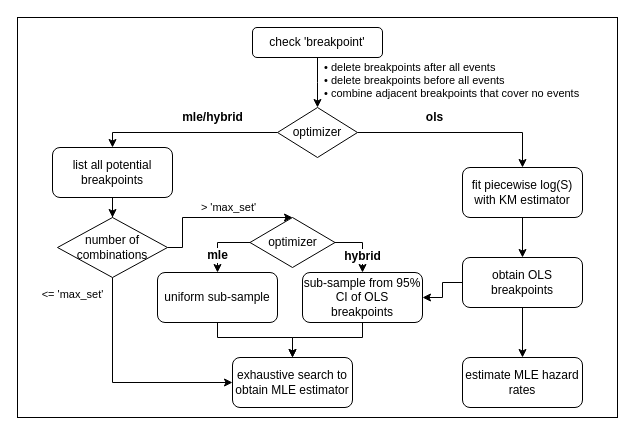
Earlier version of the draw.io diagram docs/images/estimation.drawio (zjph602xtc/PWEXP). Source tidied: cells renumbered, new cells numbered last; positions are measured from the earlier drawing's top-left corner, leaving out a move shared by most shapes. Both pictures are drawn from the tidied source at 100%, with x=0, y=0 at pixel (17, 17).
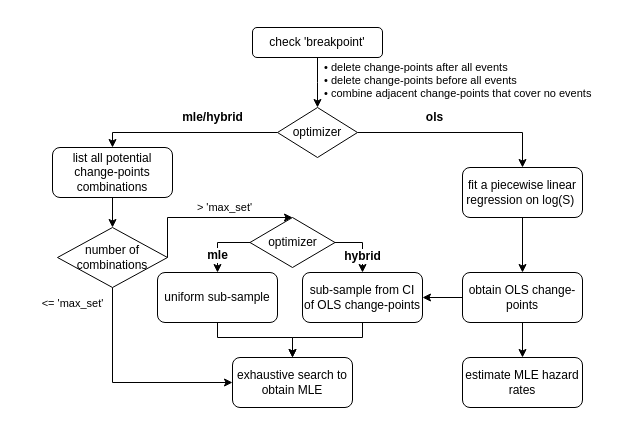
Above is the later version.

Unchanged cells that the change refers to:
```xml
<mxCell id="4" value="check 'breakpoint'" style="rounded=1;whiteSpace=wrap;html=1;" parent="1" vertex="1">
  <mxGeometry x="235" y="10" width="130" height="30" as="geometry" />
</mxCell>
<mxCell id="24" value="optimizer" style="rhombus;whiteSpace=wrap;html=1;" parent="1" vertex="1">
  <mxGeometry x="232.5" y="200" width="85" height="50" as="geometry" />
</mxCell>
```

Diff of the diagram source:
```diff
@@
-    <mxCell id="2" style="rounded=0;whiteSpace=wrap;html=1;" parent="1" vertex="1">
-      <mxGeometry width="600" height="400" as="geometry" />
-    </mxCell>
-    <mxCell id="3" value="• delete breakpoints after all events&lt;br&gt;• delete breakpoints before all events&lt;br&gt;• combine adjacent breakpoints that cover no events" style="edgeStyle=orthogonalEdgeStyle;rounded=0;jettySize=auto;html=1;align=left;" parent="1" edge="1" source="4">
+    <mxCell id="3" value="• delete change-points after all events&lt;br&gt;• delete change-points before all events&lt;br&gt;• combine adjacent change-points that cover no events" style="edgeStyle=orthogonalEdgeStyle;rounded=0;jettySize=auto;html=1;align=left;" parent="1" edge="1" source="4">
       <mxGeometry x="-0.09" y="5" relative="1" as="geometry">
         <mxPoint x="300" y="90" as="targetPoint" />
       </mxGeometry>
     </mxCell>
@@
-    <mxCell id="9" value="list all potential breakpoints" style="rounded=1;whiteSpace=wrap;html=1;" parent="1" vertex="1">
+    <mxCell id="9" value="list all potential change-points&lt;br&gt;combinations" style="rounded=1;whiteSpace=wrap;html=1;" parent="1" vertex="1">
       <mxGeometry x="35" y="130" width="120" height="50" as="geometry" />
     </mxCell>
@@
-    <mxCell id="11" value="fit piecewise log(S) with KM estimator" style="rounded=1;whiteSpace=wrap;html=1;" parent="1" vertex="1">
+    <mxCell id="11" value="fit a piecewise linear regression on log(S)&amp;nbsp;" style="rounded=1;whiteSpace=wrap;html=1;" parent="1" vertex="1">
       <mxGeometry x="445" y="150" width="120" height="50" as="geometry" />
     </mxCell>
@@
-    <mxCell id="13" value="exhaustive search to obtain MLE estimator" style="rounded=1;whiteSpace=wrap;html=1;" parent="1" vertex="1">
+    <mxCell id="13" value="exhaustive search to obtain MLE" style="rounded=1;whiteSpace=wrap;html=1;" parent="1" vertex="1">
       <mxGeometry x="215" y="340" width="120" height="50" as="geometry" />
     </mxCell>
     <mxCell id="14" value="&amp;gt; 'max_set'" style="edgeStyle=orthogonalEdgeStyle;rounded=0;jettySize=auto;html=1;entryX=0.5;entryY=0;entryDx=0;entryDy=0;exitX=1;exitY=0.5;exitDx=0;exitDy=0;" parent="1" edge="1" source="16" target="24">
       <mxGeometry x="0.17" y="10" relative="1" as="geometry">
         <Array as="points">
-          <mxPoint x="165" y="230" />
-          <mxPoint x="165" y="200" />
-          <mxPoint x="275" y="200" />
+          <mxPoint x="150" y="200" />
         </Array>
       </mxGeometry>
     </mxCell>
@@
     <mxCell id="16" value="number of combinations" style="rhombus;whiteSpace=wrap;html=1;" parent="1" vertex="1">
-      <mxGeometry x="40" y="200" width="110" height="60" as="geometry" />
+      <mxGeometry x="40" y="210" width="110" height="60" as="geometry" />
     </mxCell>
@@
-    <mxCell id="21" value="obtain OLS breakpoints" style="rounded=1;whiteSpace=wrap;html=1;" parent="1" vertex="1">
-      <mxGeometry x="445" y="240" width="120" height="50" as="geometry" />
+    <mxCell id="21" value="obtain OLS change-points" style="rounded=1;whiteSpace=wrap;html=1;" parent="1" vertex="1">
+      <mxGeometry x="445" y="255" width="120" height="50" as="geometry" />
     </mxCell>
@@
-    <mxCell id="26" value="sub-sample&amp;nbsp;from 95% CI of OLS breakpoints" style="rounded=1;whiteSpace=wrap;html=1;" parent="1" vertex="1">
+    <mxCell id="26" value="sub-sample&amp;nbsp;from CI of OLS change-points" style="rounded=1;whiteSpace=wrap;html=1;" parent="1" vertex="1">
       <mxGeometry x="285" y="255" width="120" height="50" as="geometry" />
     </mxCell>
```
